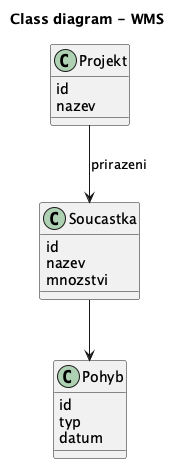
Earlier version of the PlantUML export docs/images/02_class_diagram.png (lkvapil/wms-elektronicke-soucastky). Source of this version:
```plantuml
@startuml
title Class diagram - WMS

class Soucastka {
  id
  nazev
  mnozstvi
}

class Projekt {
  id
  nazev
}

class Pohyb {
  id
  typ
  datum
}

Soucastka --> Pohyb
Projekt --> Soucastka : prirazeni

@enduml
```
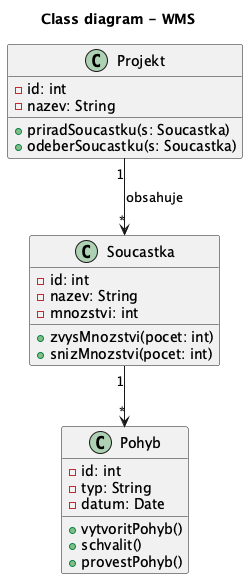
The same diagram one commit later.

Change to the diagram source:
```diff
@@ -2,23 +2,33 @@
 title Class diagram - WMS
 
 class Soucastka {
-  id
-  nazev
-  mnozstvi
+  -id: int
+  -nazev: String
+  -mnozstvi: int
+
+  +zvysMnozstvi(pocet: int)
+  +snizMnozstvi(pocet: int)
 }
 
 class Projekt {
-  id
-  nazev
+  -id: int
+  -nazev: String
+
+  +priradSoucastku(s: Soucastka)
+  +odeberSoucastku(s: Soucastka)
 }
 
 class Pohyb {
-  id
-  typ
-  datum
+  -id: int
+  -typ: String
+  -datum: Date
+
+  +vytvoritPohyb()
+  +schvalit()
+  +provestPohyb()
 }
 
-Soucastka --> Pohyb
-Projekt --> Soucastka : prirazeni
+Soucastka "1" --> "*" Pohyb
+Projekt "1" --> "*" Soucastka : obsahuje
 
 @enduml
```
